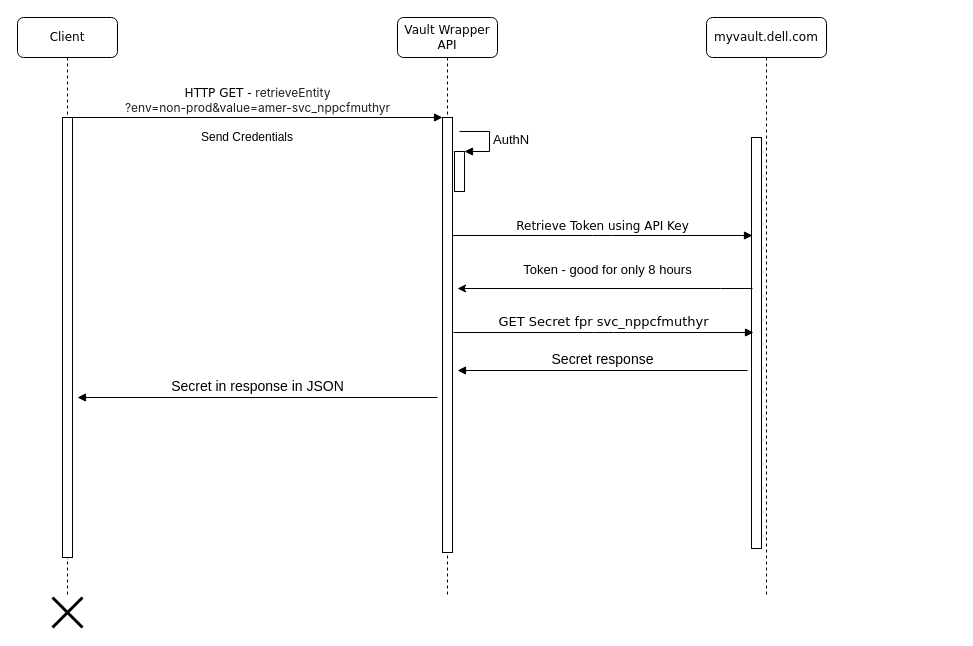
Above: Vaulti-API-Gateway.drawio in rama78/app-config (draw.io), before the change. Source tidied: cells renumbered, new cells numbered last; positions are measured from the earlier drawing's top-left corner, leaving out a move shared by most shapes. Both pictures are drawn from the tidied source at 100%, with x=0, y=0 at pixel (17, 17).
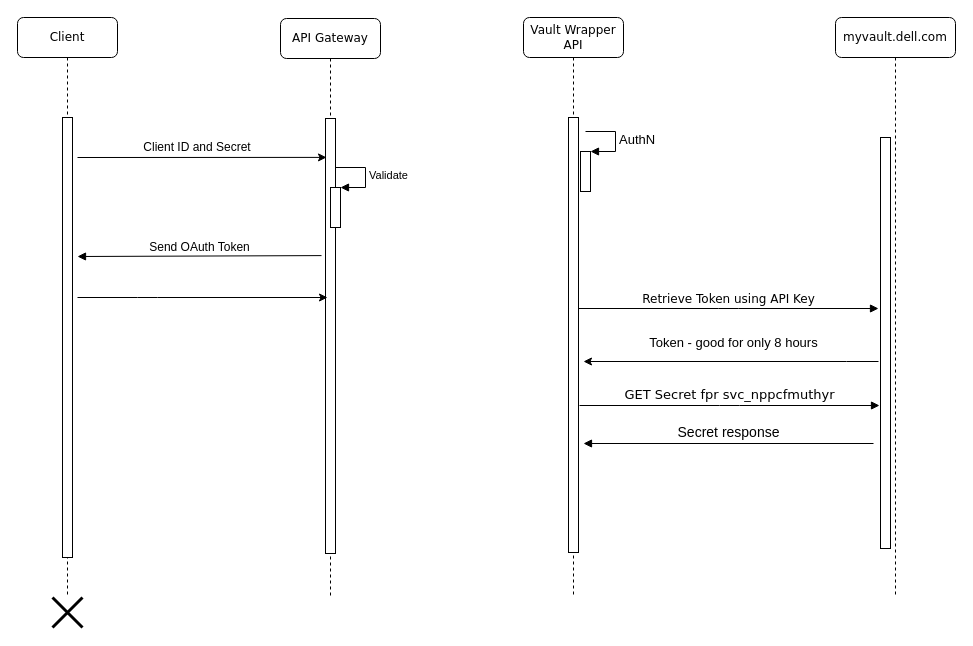
After the change.

The change refers to these unchanged cells:
```xml
<mxCell id="3" style="html=1;points=[];perimeter=orthogonalPerimeter;rounded=0;shadow=0;comic=0;labelBackgroundColor=none;strokeWidth=1;fontFamily=Verdana;fontSize=12;align=center;" parent="2" vertex="1">
  <mxGeometry x="45" y="100" width="10" height="435" as="geometry" />
</mxCell>
<mxCell id="9" style="html=1;points=[];perimeter=orthogonalPerimeter;rounded=0;shadow=0;comic=0;labelBackgroundColor=none;strokeWidth=1;fontFamily=Verdana;fontSize=12;align=center;" parent="8" vertex="1">
  <mxGeometry x="45" y="100" width="10" height="440" as="geometry" />
</mxCell>
```

What changed in the source:
```diff
@@
     <mxCell id="2" value="Vault Wrapper API" style="shape=umlLifeline;perimeter=lifelinePerimeter;whiteSpace=wrap;html=1;rounded=1;shadow=0;comic=0;labelBackgroundColor=none;strokeWidth=1;fontFamily=Verdana;fontSize=12;align=center;" parent="1" vertex="1">
-      <mxGeometry x="380" width="100" height="580" as="geometry" />
+      <mxGeometry x="506" width="100" height="580" as="geometry" />
     </mxCell>
@@
     <mxCell id="6" value="myvault.dell.com" style="shape=umlLifeline;perimeter=lifelinePerimeter;whiteSpace=wrap;html=1;rounded=1;shadow=0;comic=0;labelBackgroundColor=none;strokeWidth=1;fontFamily=Verdana;fontSize=12;align=center;" parent="1" vertex="1">
-      <mxGeometry x="689" width="120" height="580" as="geometry" />
+      <mxGeometry x="818" width="120" height="580" as="geometry" />
     </mxCell>
@@
-    <mxCell id="10" value="HTTP GET -&amp;nbsp;&lt;span style=&quot;color: rgb(33 , 33 , 33) ; font-family: &amp;#34;inter&amp;#34; , &amp;#34;opensans&amp;#34; , &amp;#34;helvetica&amp;#34; , &amp;#34;arial&amp;#34; , sans-serif ; text-align: left ; background-color: rgb(255 , 255 , 255)&quot;&gt;retrieveEntity&lt;br&gt;?env=non-prod&amp;amp;value=amer-svc_nppcfmuthyr&lt;/span&gt;" style="html=1;verticalAlign=bottom;endArrow=block;entryX=0;entryY=0;labelBackgroundColor=none;fontFamily=Verdana;fontSize=12;edgeStyle=elbowEdgeStyle;elbow=vertical;" parent="1" edge="1" source="9" target="3">
-      <mxGeometry relative="1" as="geometry" />
-    </mxCell>
     <mxCell id="11" value="Retrieve Token using API Key" style="html=1;verticalAlign=bottom;endArrow=block;entryX=0;entryY=0;labelBackgroundColor=none;fontFamily=Verdana;fontSize=12;edgeStyle=elbowEdgeStyle;elbow=vertical;" parent="1" edge="1">
       <mxGeometry relative="1" as="geometry">
-        <mxPoint x="435" y="218" as="sourcePoint" />
-        <mxPoint x="735" y="218" as="targetPoint" />
+        <mxPoint x="561" y="291" as="sourcePoint" />
+        <mxPoint x="861" y="291" as="targetPoint" />
       </mxGeometry>
     </mxCell>
-    <mxCell id="12" value="Send Credentials" style="text;html=1;strokeColor=none;fillColor=none;align=center;verticalAlign=middle;whiteSpace=wrap;rounded=0;" parent="1" vertex="1">
-      <mxGeometry x="180" y="110" width="100" height="20" as="geometry" />
+    <mxCell id="12" value="Client ID and Secret" style="text;html=1;strokeColor=none;fillColor=none;align=center;verticalAlign=middle;whiteSpace=wrap;rounded=0;" parent="1" vertex="1">
+      <mxGeometry x="120" y="120" width="120" height="20" as="geometry" />
     </mxCell>
     <mxCell id="13" style="edgeStyle=orthogonalEdgeStyle;rounded=0;orthogonalLoop=1;jettySize=auto;html=1;" parent="1" edge="1">
       <mxGeometry relative="1" as="geometry">
-        <mxPoint x="735" y="271" as="sourcePoint" />
-        <mxPoint x="440" y="271" as="targetPoint" />
+        <mxPoint x="861" y="344" as="sourcePoint" />
+        <mxPoint x="566" y="344" as="targetPoint" />
         <Array as="points">
-          <mxPoint x="703" y="271" />
-          <mxPoint x="703" y="271" />
+          <mxPoint x="829" y="344" />
+          <mxPoint x="829" y="344" />
         </Array>
       </mxGeometry>
     </mxCell>
     <mxCell id="14" value="&lt;font style=&quot;font-size: 13px&quot;&gt;Token - good for only 8 hours&lt;/font&gt;" style="text;html=1;strokeColor=none;fillColor=none;align=center;verticalAlign=middle;whiteSpace=wrap;rounded=0;" parent="1" vertex="1">
-      <mxGeometry x="471" y="242" width="239" height="20" as="geometry" />
+      <mxGeometry x="597" y="315" width="239" height="20" as="geometry" />
     </mxCell>
     <mxCell id="15" value="&lt;font style=&quot;font-size: 13px&quot;&gt;GET Secret fpr svc_nppcfmuthyr&lt;/font&gt;" style="html=1;verticalAlign=bottom;endArrow=block;entryX=0;entryY=0;labelBackgroundColor=none;fontFamily=Verdana;fontSize=12;edgeStyle=elbowEdgeStyle;elbow=vertical;" parent="1" edge="1">
       <mxGeometry relative="1" as="geometry">
-        <mxPoint x="436" y="315" as="sourcePoint" />
-        <mxPoint x="736" y="315" as="targetPoint" />
+        <mxPoint x="562" y="388" as="sourcePoint" />
+        <mxPoint x="862" y="388" as="targetPoint" />
       </mxGeometry>
     </mxCell>
@@
     <mxCell id="17" value="&lt;font style=&quot;font-size: 14px&quot;&gt;Secret response&lt;/font&gt;" style="html=1;verticalAlign=bottom;endArrow=block;" parent="1" edge="1">
       <mxGeometry relative="1" as="geometry">
-        <mxPoint x="730" y="353" as="sourcePoint" />
-        <mxPoint x="440" y="353" as="targetPoint" />
+        <mxPoint x="856" y="426" as="sourcePoint" />
+        <mxPoint x="566" y="426" as="targetPoint" />
       </mxGeometry>
     </mxCell>
-    <mxCell id="18" value="&lt;font style=&quot;font-size: 14px&quot;&gt;Secret in response in JSON&lt;/font&gt;" style="html=1;verticalAlign=bottom;endArrow=block;" parent="1" edge="1">
+    <mxCell id="18" value="&lt;font style=&quot;font-size: 12px&quot;&gt;Send OAuth Token&lt;/font&gt;" style="html=1;verticalAlign=bottom;endArrow=block;exitX=-0.4;exitY=0.322;exitDx=0;exitDy=0;exitPerimeter=0;" parent="1" edge="1">
       <mxGeometry relative="1" as="geometry">
-        <mxPoint x="420" y="380" as="sourcePoint" />
-        <mxPoint x="60" y="380" as="targetPoint" />
+        <mxPoint x="304" y="238.1" as="sourcePoint" />
+        <mxPoint x="60" y="239" as="targetPoint" />
       </mxGeometry>
     </mxCell>
+    <mxCell id="19" value="API Gateway" style="shape=umlLifeline;perimeter=lifelinePerimeter;whiteSpace=wrap;html=1;rounded=1;shadow=0;comic=0;labelBackgroundColor=none;strokeWidth=1;fontFamily=Verdana;fontSize=12;align=center;" parent="1" vertex="1">
+      <mxGeometry x="263" y="1" width="100" height="580" as="geometry" />
+    </mxCell>
+    <mxCell id="20" style="html=1;perimeter=orthogonalPerimeter;rounded=0;shadow=0;comic=0;labelBackgroundColor=none;strokeWidth=1;fontFamily=Verdana;fontSize=12;align=center;" parent="19" vertex="1">
+      <mxGeometry x="45" y="100" width="10" height="435" as="geometry" />
+    </mxCell>
+    <mxCell id="21" style="html=1;points=[];perimeter=orthogonalPerimeter;" parent="19" vertex="1">
+      <mxGeometry x="50" y="169" width="10" height="40" as="geometry" />
+    </mxCell>
+    <mxCell id="22" value="Validate" style="edgeStyle=orthogonalEdgeStyle;html=1;align=left;spacingLeft=2;endArrow=block;rounded=0;entryX=1;entryY=0;" parent="19" edge="1" target="21">
+      <mxGeometry relative="1" as="geometry">
+        <mxPoint x="55" y="149" as="sourcePoint" />
+        <Array as="points">
+          <mxPoint x="85" y="149" />
+        </Array>
+      </mxGeometry>
+    </mxCell>
+    <mxCell id="23" style="endArrow=classic;html=1;entryX=0.5;entryY=0;entryDx=0;entryDy=0;" parent="1" edge="1">
+      <mxGeometry relative="1" as="geometry">
+        <mxPoint x="60" y="280" as="sourcePoint" />
+        <mxPoint x="310" y="280" as="targetPoint" />
+        <Array as="points">
+          <mxPoint x="130" y="280" />
+        </Array>
+      </mxGeometry>
+    </mxCell>
+    <mxCell id="24" style="endArrow=classic;html=1;entryX=0.1;entryY=0.124;entryDx=0;entryDy=0;entryPerimeter=0;" parent="1" edge="1">
+      <mxGeometry relative="1" as="geometry">
+        <mxPoint x="60" y="140" as="sourcePoint" />
+        <mxPoint x="309" y="139.9" as="targetPoint" />
+      </mxGeometry>
+    </mxCell>
```
